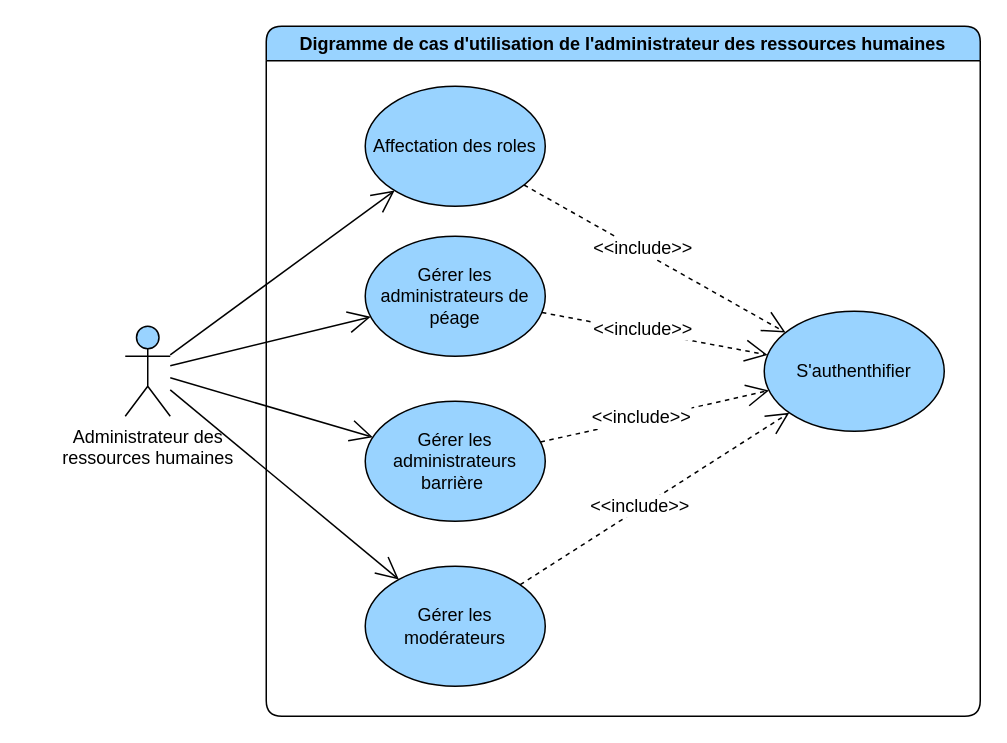
The draw.io diagram page "general" (1 of 5) of diagrams/use-case/administrateur-des-ressources-humaines.drawio in devlotfi/peage-pay, before the edit. Source tidied: cells renumbered, new cells numbered last; positions are measured from the earlier drawing's top-left corner, leaving out a move shared by most shapes. Both pictures are drawn from the tidied source at 150%, with x=0, y=0 at pixel (124, 26).
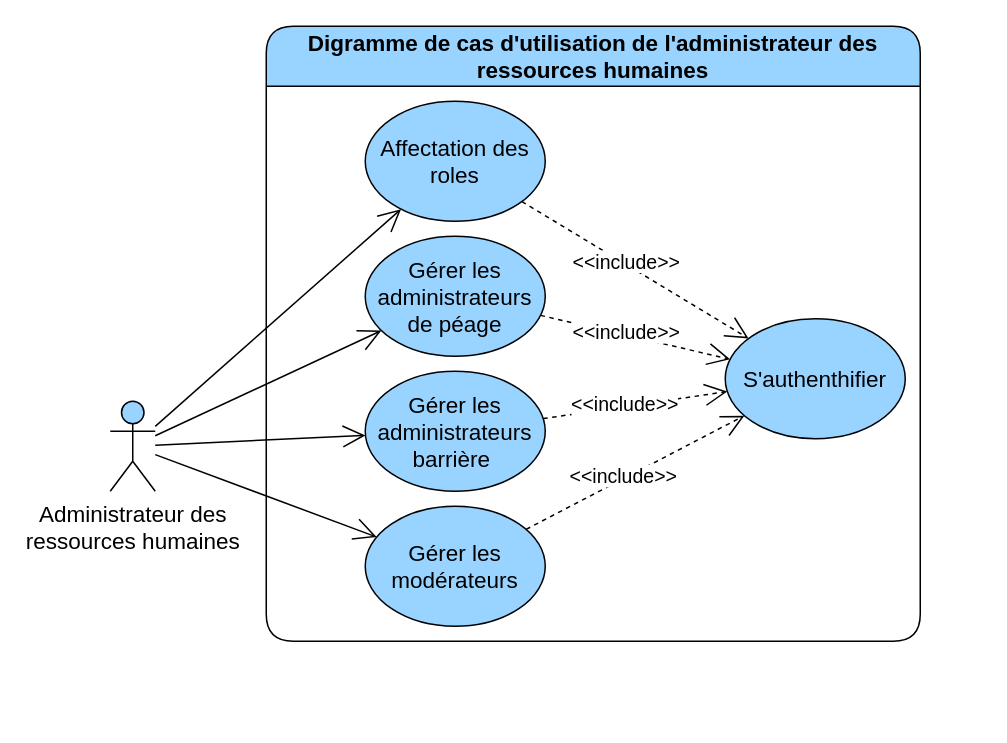
After the change.

Diff of the diagram source:
```diff
@@
-    <mxCell id="2" value="Digramme de cas d'utilisation de l'administrateur des ressources humaines" style="swimlane;whiteSpace=wrap;html=1;rounded=1;fillColor=#99D3FF;" parent="1" vertex="1">
-      <mxGeometry x="94" width="476" height="460" as="geometry" />
+    <mxCell id="2" value="Digramme de cas d'utilisation de l'administrateur des ressources humaines" style="swimlane;whiteSpace=wrap;html=1;rounded=1;fillColor=#99D3FF;fontSize=15;startSize=40;" parent="1" vertex="1">
+      <mxGeometry x="94" width="436" height="410" as="geometry" />
     </mxCell>
-    <mxCell id="3" style="edgeStyle=none;rounded=0;jettySize=auto;html=1;strokeColor=default;align=center;verticalAlign=middle;fontFamily=Helvetica;fontSize=12;fontColor=default;labelBackgroundColor=default;startSize=6;endArrow=open;endFill=0;endSize=13;dashed=1;" parent="2" edge="1" source="5" target="6">
+    <mxCell id="3" style="edgeStyle=none;rounded=0;jettySize=auto;html=1;strokeColor=default;align=center;verticalAlign=middle;fontFamily=Helvetica;fontSize=15;fontColor=default;labelBackgroundColor=default;startSize=6;endArrow=open;endFill=0;endSize=13;dashed=1;" parent="2" edge="1" source="5" target="6">
       <mxGeometry relative="1" as="geometry" />
     </mxCell>
-    <mxCell id="4" value="&amp;lt;&amp;lt;include&amp;gt;&amp;gt;" style="edgeLabel;html=1;align=center;verticalAlign=middle;strokeColor=default;fontFamily=Helvetica;fontSize=12;fontColor=default;labelBackgroundColor=default;fillColor=#99D3FF;" parent="3" vertex="1">
+    <mxCell id="4" value="&amp;lt;&amp;lt;include&amp;gt;&amp;gt;" style="edgeLabel;html=1;align=center;verticalAlign=middle;strokeColor=default;fontFamily=Helvetica;fontSize=13;fontColor=default;labelBackgroundColor=default;fillColor=#99D3FF;" parent="3" vertex="1">
       <mxGeometry x="-0.11" y="2" relative="1" as="geometry" />
     </mxCell>
-    <mxCell id="5" value="Gérer les administrateurs de péage" style="ellipse;whiteSpace=wrap;html=1;strokeColor=default;align=center;verticalAlign=middle;fontFamily=Helvetica;fontSize=12;fontColor=default;fillColor=#99D3FF;" parent="2" vertex="1">
+    <mxCell id="5" value="Gérer les administrateurs de péage" style="ellipse;whiteSpace=wrap;html=1;strokeColor=default;align=center;verticalAlign=middle;fontFamily=Helvetica;fontSize=15;fontColor=default;fillColor=#99D3FF;" parent="2" vertex="1">
       <mxGeometry x="66" y="140" width="120" height="80" as="geometry" />
     </mxCell>
-    <mxCell id="6" value="S'authenthifier" style="ellipse;whiteSpace=wrap;html=1;strokeColor=default;align=center;verticalAlign=middle;fontFamily=Helvetica;fontSize=12;fontColor=default;fillColor=#99D3FF;" parent="2" vertex="1">
-      <mxGeometry x="332" y="190" width="120" height="80" as="geometry" />
+    <mxCell id="6" value="S'authenthifier" style="ellipse;whiteSpace=wrap;html=1;strokeColor=default;align=center;verticalAlign=middle;fontFamily=Helvetica;fontSize=15;fontColor=default;fillColor=#99D3FF;" parent="2" vertex="1">
+      <mxGeometry x="306" y="195" width="120" height="80" as="geometry" />
     </mxCell>
-    <mxCell id="7" value="Gérer les administrateurs&lt;br&gt;barrière&amp;nbsp;" style="ellipse;whiteSpace=wrap;html=1;strokeColor=default;align=center;verticalAlign=middle;fontFamily=Helvetica;fontSize=12;fontColor=default;fillColor=#99D3FF;" parent="2" vertex="1">
-      <mxGeometry x="66" y="250" width="120" height="80" as="geometry" />
+    <mxCell id="7" value="Gérer les administrateurs&lt;br style=&quot;font-size: 15px;&quot;&gt;barrière&amp;nbsp;" style="ellipse;whiteSpace=wrap;html=1;strokeColor=default;align=center;verticalAlign=middle;fontFamily=Helvetica;fontSize=15;fontColor=default;fillColor=#99D3FF;" parent="2" vertex="1">
+      <mxGeometry x="66" y="230" width="120" height="80" as="geometry" />
     </mxCell>
-    <mxCell id="8" value="Gérer les modérateurs" style="ellipse;whiteSpace=wrap;html=1;strokeColor=default;align=center;verticalAlign=middle;fontFamily=Helvetica;fontSize=12;fontColor=default;fillColor=#99D3FF;" parent="2" vertex="1">
-      <mxGeometry x="66" y="360" width="120" height="80" as="geometry" />
+    <mxCell id="8" value="Gérer les modérateurs" style="ellipse;whiteSpace=wrap;html=1;strokeColor=default;align=center;verticalAlign=middle;fontFamily=Helvetica;fontSize=15;fontColor=default;fillColor=#99D3FF;" parent="2" vertex="1">
+      <mxGeometry x="66" y="320" width="120" height="80" as="geometry" />
     </mxCell>
-    <mxCell id="9" style="edgeStyle=none;rounded=0;jettySize=auto;html=1;strokeColor=default;align=center;verticalAlign=middle;fontFamily=Helvetica;fontSize=12;fontColor=default;labelBackgroundColor=default;startSize=6;endArrow=open;endFill=0;endSize=13;dashed=1;" parent="2" edge="1" source="8" target="6">
+    <mxCell id="9" style="edgeStyle=none;rounded=0;jettySize=auto;html=1;strokeColor=default;align=center;verticalAlign=middle;fontFamily=Helvetica;fontSize=15;fontColor=default;labelBackgroundColor=default;startSize=6;endArrow=open;endFill=0;endSize=13;dashed=1;" parent="2" edge="1" source="8" target="6">
       <mxGeometry relative="1" as="geometry" />
     </mxCell>
-    <mxCell id="10" value="&amp;lt;&amp;lt;include&amp;gt;&amp;gt;" style="edgeLabel;html=1;align=center;verticalAlign=middle;strokeColor=default;fontFamily=Helvetica;fontSize=12;fontColor=default;labelBackgroundColor=default;fillColor=#99D3FF;" parent="9" vertex="1">
+    <mxCell id="10" value="&amp;lt;&amp;lt;include&amp;gt;&amp;gt;" style="edgeLabel;html=1;align=center;verticalAlign=middle;strokeColor=default;fontFamily=Helvetica;fontSize=13;fontColor=default;labelBackgroundColor=default;fillColor=#99D3FF;" parent="9" vertex="1">
       <mxGeometry x="-0.11" y="2" relative="1" as="geometry" />
     </mxCell>
-    <mxCell id="11" style="edgeStyle=none;rounded=0;jettySize=auto;html=1;strokeColor=default;align=center;verticalAlign=middle;fontFamily=Helvetica;fontSize=12;fontColor=default;labelBackgroundColor=default;startSize=6;endArrow=open;endFill=0;endSize=13;dashed=1;" parent="2" edge="1" source="7" target="6">
+    <mxCell id="11" style="edgeStyle=none;rounded=0;jettySize=auto;html=1;strokeColor=default;align=center;verticalAlign=middle;fontFamily=Helvetica;fontSize=15;fontColor=default;labelBackgroundColor=default;startSize=6;endArrow=open;endFill=0;endSize=13;dashed=1;" parent="2" edge="1" source="7" target="6">
       <mxGeometry relative="1" as="geometry" />
     </mxCell>
-    <mxCell id="12" value="&amp;lt;&amp;lt;include&amp;gt;&amp;gt;" style="edgeLabel;html=1;align=center;verticalAlign=middle;strokeColor=default;fontFamily=Helvetica;fontSize=12;fontColor=default;labelBackgroundColor=default;fillColor=#99D3FF;" parent="11" vertex="1">
+    <mxCell id="12" value="&amp;lt;&amp;lt;include&amp;gt;&amp;gt;" style="edgeLabel;html=1;align=center;verticalAlign=middle;strokeColor=default;fontFamily=Helvetica;fontSize=13;fontColor=default;labelBackgroundColor=default;fillColor=#99D3FF;" parent="11" vertex="1">
       <mxGeometry x="-0.11" y="2" relative="1" as="geometry" />
     </mxCell>
-    <mxCell id="13" value="Affectation des roles" style="ellipse;whiteSpace=wrap;html=1;strokeColor=default;align=center;verticalAlign=middle;fontFamily=Helvetica;fontSize=12;fontColor=default;fillColor=#99D3FF;" parent="2" vertex="1">
-      <mxGeometry x="66" y="40" width="120" height="80" as="geometry" />
+    <mxCell id="13" value="Affectation des roles" style="ellipse;whiteSpace=wrap;html=1;strokeColor=default;align=center;verticalAlign=middle;fontFamily=Helvetica;fontSize=15;fontColor=default;fillColor=#99D3FF;" parent="2" vertex="1">
+      <mxGeometry x="66" y="50" width="120" height="80" as="geometry" />
     </mxCell>
-    <mxCell id="14" style="edgeStyle=none;rounded=0;jettySize=auto;html=1;strokeColor=default;align=center;verticalAlign=middle;fontFamily=Helvetica;fontSize=12;fontColor=default;labelBackgroundColor=default;startSize=6;endArrow=open;endFill=0;endSize=13;dashed=1;" parent="2" edge="1" source="13" target="6">
+    <mxCell id="14" style="edgeStyle=none;rounded=0;jettySize=auto;html=1;strokeColor=default;align=center;verticalAlign=middle;fontFamily=Helvetica;fontSize=15;fontColor=default;labelBackgroundColor=default;startSize=6;endArrow=open;endFill=0;endSize=13;dashed=1;" parent="2" edge="1" source="13" target="6">
       <mxGeometry relative="1" as="geometry" />
     </mxCell>
-    <mxCell id="15" value="&amp;lt;&amp;lt;include&amp;gt;&amp;gt;" style="edgeLabel;html=1;align=center;verticalAlign=middle;strokeColor=default;fontFamily=Helvetica;fontSize=12;fontColor=default;labelBackgroundColor=default;fillColor=#99D3FF;" parent="14" vertex="1">
+    <mxCell id="15" value="&amp;lt;&amp;lt;include&amp;gt;&amp;gt;" style="edgeLabel;html=1;align=center;verticalAlign=middle;strokeColor=default;fontFamily=Helvetica;fontSize=13;fontColor=default;labelBackgroundColor=default;fillColor=#99D3FF;" parent="14" vertex="1">
       <mxGeometry x="-0.11" y="2" relative="1" as="geometry" />
     </mxCell>
-    <mxCell id="16" style="rounded=0;jettySize=auto;html=1;fontFamily=Helvetica;fontSize=12;fontColor=default;endArrow=open;endFill=0;startSize=6;endSize=13;" parent="1" edge="1" source="17" target="5">
+    <mxCell id="16" style="rounded=0;jettySize=auto;html=1;fontFamily=Helvetica;fontSize=15;fontColor=default;endArrow=open;endFill=0;startSize=6;endSize=13;" parent="1" edge="1" source="17" target="5">
       <mxGeometry relative="1" as="geometry" />
     </mxCell>
-    <mxCell id="17" value="Administrateur&amp;nbsp;des&lt;br&gt;ressources humaines" style="shape=umlActor;verticalLabelPosition=bottom;verticalAlign=top;html=1;outlineConnect=0;strokeColor=default;align=center;fontFamily=Helvetica;fontSize=12;fontColor=default;fillColor=#99D3FF;" parent="1" vertex="1">
-      <mxGeometry y="200" width="30" height="60" as="geometry" />
+    <mxCell id="17" value="Administrateur&amp;nbsp;des&lt;br style=&quot;font-size: 15px;&quot;&gt;ressources humaines" style="shape=umlActor;verticalLabelPosition=bottom;verticalAlign=top;html=1;outlineConnect=0;strokeColor=default;align=center;fontFamily=Helvetica;fontSize=15;fontColor=default;fillColor=#99D3FF;" parent="1" vertex="1">
+      <mxGeometry x="-10" y="250" width="30" height="60" as="geometry" />
     </mxCell>
-    <mxCell id="18" style="rounded=0;jettySize=auto;html=1;fontFamily=Helvetica;fontSize=12;fontColor=default;endArrow=open;endFill=0;startSize=6;endSize=13;" parent="1" edge="1" source="17" target="7">
+    <mxCell id="18" style="rounded=0;jettySize=auto;html=1;fontFamily=Helvetica;fontSize=15;fontColor=default;endArrow=open;endFill=0;startSize=6;endSize=13;" parent="1" edge="1" source="17" target="7">
       <mxGeometry relative="1" as="geometry" />
     </mxCell>
-    <mxCell id="19" style="rounded=0;jettySize=auto;html=1;fontFamily=Helvetica;fontSize=12;fontColor=default;endArrow=open;endFill=0;startSize=6;endSize=13;" parent="1" edge="1" source="17" target="8">
+    <mxCell id="19" style="rounded=0;jettySize=auto;html=1;fontFamily=Helvetica;fontSize=15;fontColor=default;endArrow=open;endFill=0;startSize=6;endSize=13;" parent="1" edge="1" source="17" target="8">
       <mxGeometry relative="1" as="geometry" />
     </mxCell>
-    <mxCell id="20" style="rounded=0;jettySize=auto;html=1;fontFamily=Helvetica;fontSize=12;fontColor=default;endArrow=open;endFill=0;startSize=6;endSize=13;" parent="1" edge="1" source="17" target="13">
+    <mxCell id="20" style="rounded=0;jettySize=auto;html=1;fontFamily=Helvetica;fontSize=15;fontColor=default;endArrow=open;endFill=0;startSize=6;endSize=13;" parent="1" edge="1" source="17" target="13">
       <mxGeometry relative="1" as="geometry" />
     </mxCell>
```
